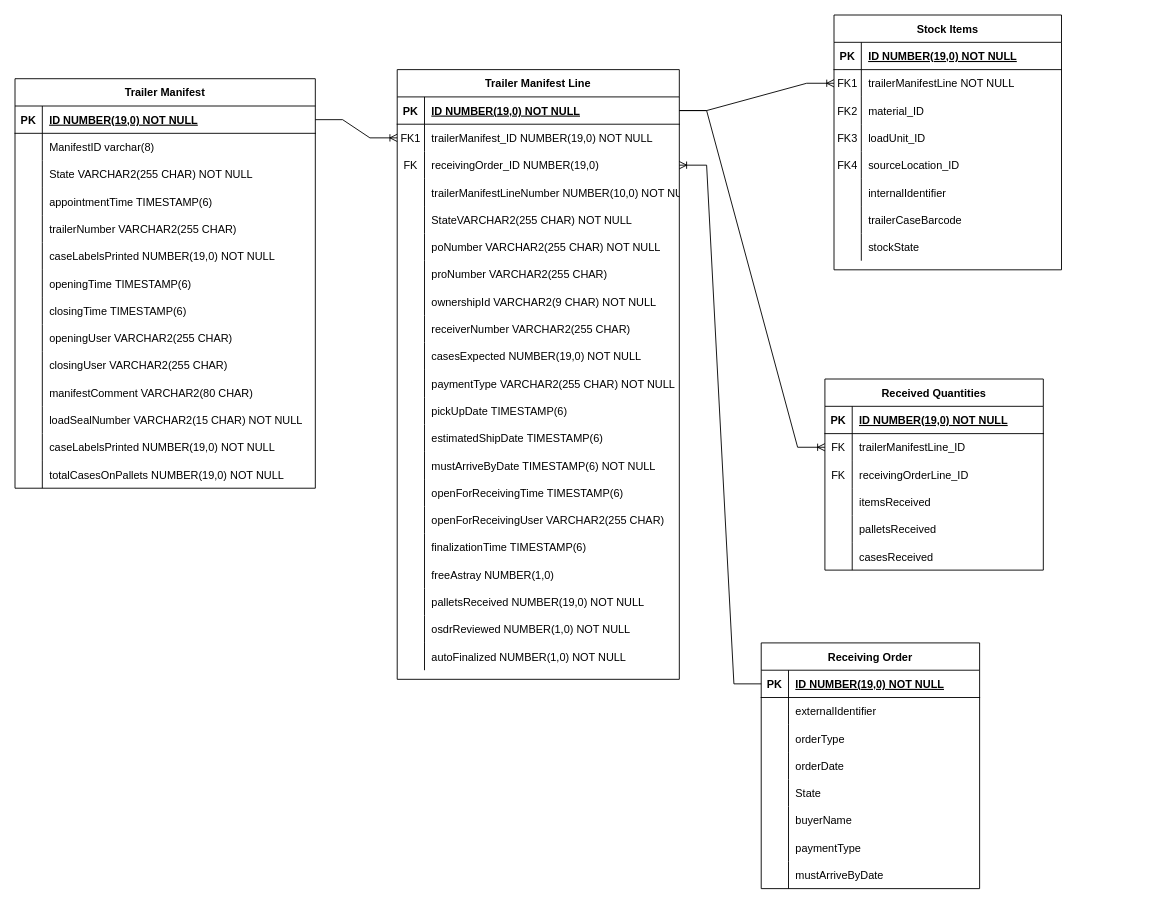
Above: receivers.drawio in itzelvigil/RepositorioPrueba (draw.io), before the change. Source tidied: cells renumbered, new cells numbered last; positions are measured from the earlier drawing's top-left corner, leaving out a move shared by most shapes. Both pictures are drawn from the tidied source at 91%, with x=0, y=0 at pixel (15, 15).
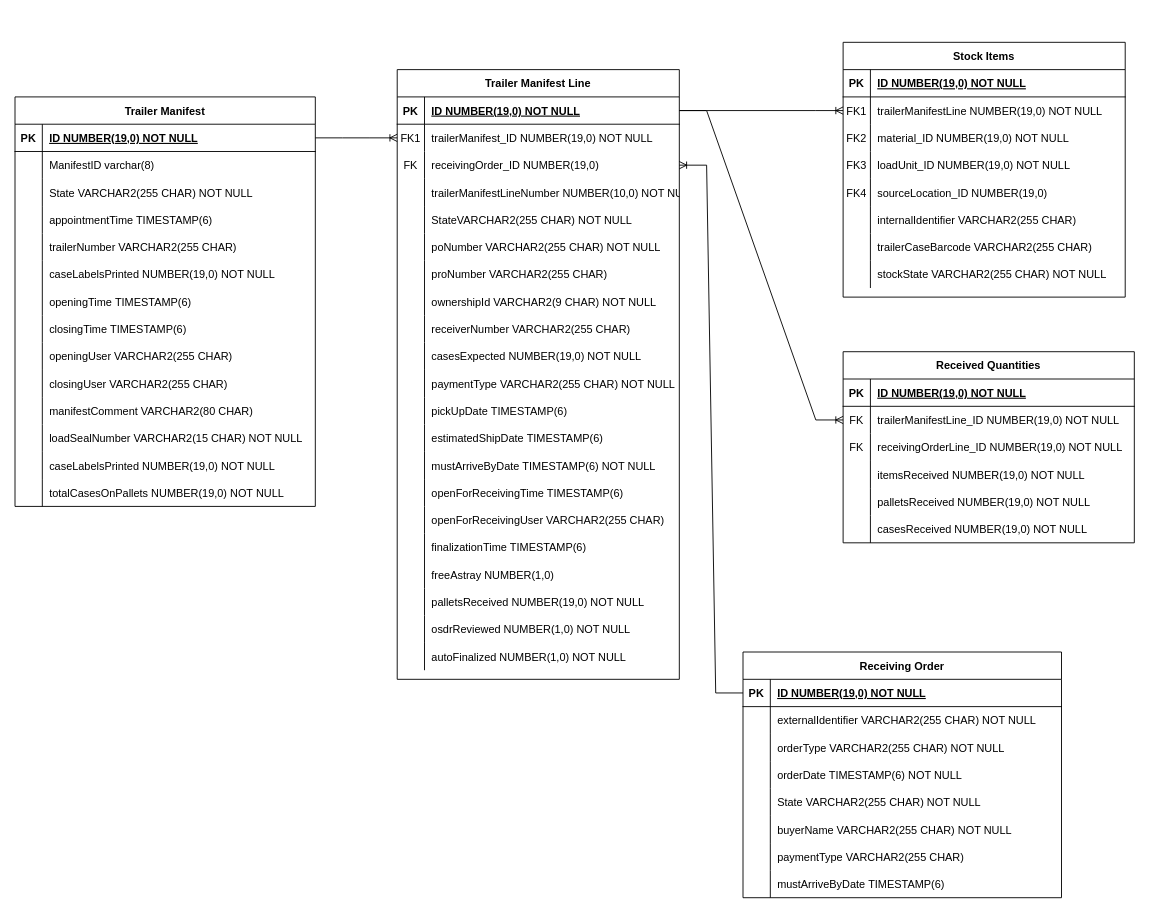
The same page after the edit.

The edit, as a diff of the source:
```diff
@@
     <mxCell id="66" value="Stock Items" style="shape=table;startSize=30;childLayout=tableLayout;rowLines=0;fontStyle=1;align=center;" parent="1" vertex="1">
-      <mxGeometry x="900" width="250" height="280" as="geometry" />
+      <mxGeometry x="910" y="30" width="310" height="280" as="geometry" />
     </mxCell>
     <mxCell id="67" style="shape=partialRectangle;fillColor=none;top=0;left=0;right=0;bottom=1;" parent="66" vertex="1">
-      <mxGeometry y="30" width="250" height="30" as="geometry" />
+      <mxGeometry y="30" width="310" height="30" as="geometry" />
     </mxCell>
@@
     <mxCell id="69" value="ID NUMBER(19,0) NOT NULL" style="shape=partialRectangle;overflow=hidden;fillColor=none;top=0;left=0;bottom=0;right=0;align=left;spacingLeft=6;fontStyle=5;" parent="67" vertex="1">
-      <mxGeometry x="30" width="220" height="30" as="geometry" />
+      <mxGeometry x="30" width="280" height="30" as="geometry" />
     </mxCell>
     <mxCell id="70" style="shape=partialRectangle;fillColor=none;points=[[0,0.5],[1,0.5]];portConstraint=eastwest;top=0;left=0;right=0;bottom=0;" parent="66" vertex="1">
-      <mxGeometry y="60" width="250" height="30" as="geometry" />
+      <mxGeometry y="60" width="310" height="30" as="geometry" />
     </mxCell>
@@
-    <mxCell id="72" value="trailerManifestLine NOT NULL" style="shape=partialRectangle;overflow=hidden;fillColor=none;top=0;left=0;bottom=0;right=0;align=left;spacingLeft=6;" parent="70" vertex="1">
-      <mxGeometry x="30" width="220" height="30" as="geometry" />
+    <mxCell id="72" value="trailerManifestLine NUMBER(19,0) NOT NULL" style="shape=partialRectangle;overflow=hidden;fillColor=none;top=0;left=0;bottom=0;right=0;align=left;spacingLeft=6;" parent="70" vertex="1">
+      <mxGeometry x="30" width="280" height="30" as="geometry" />
     </mxCell>
     <mxCell id="73" style="shape=tableRow;horizontal=0;startSize=0;swimlaneHead=0;swimlaneBody=0;fillColor=none;top=0;left=0;right=0;bottom=0;labelBackgroundColor=none;labelBorderColor=none;" parent="66" vertex="1">
-      <mxGeometry y="90" width="250" height="30" as="geometry" />
+      <mxGeometry y="90" width="310" height="30" as="geometry" />
     </mxCell>
@@
-    <mxCell id="75" value="material_ID" style="shape=partialRectangle;fillColor=none;top=0;left=0;bottom=0;right=0;align=left;spacingLeft=6;fontStyle=0;overflow=hidden;labelBackgroundColor=none;labelBorderColor=none;" parent="73" vertex="1">
-      <mxGeometry x="30" width="220" height="30" as="geometry" />
+    <mxCell id="75" value="material_ID NUMBER(19,0) NOT NULL" style="shape=partialRectangle;fillColor=none;top=0;left=0;bottom=0;right=0;align=left;spacingLeft=6;fontStyle=0;overflow=hidden;labelBackgroundColor=none;labelBorderColor=none;" parent="73" vertex="1">
+      <mxGeometry x="30" width="280" height="30" as="geometry" />
     </mxCell>
     <mxCell id="76" style="shape=tableRow;horizontal=0;startSize=0;swimlaneHead=0;swimlaneBody=0;fillColor=none;top=0;left=0;right=0;bottom=0;labelBackgroundColor=none;labelBorderColor=none;" parent="66" vertex="1">
-      <mxGeometry y="120" width="250" height="30" as="geometry" />
+      <mxGeometry y="120" width="310" height="30" as="geometry" />
     </mxCell>
@@
-    <mxCell id="78" value="loadUnit_ID" style="shape=partialRectangle;fillColor=none;top=0;left=0;bottom=0;right=0;align=left;spacingLeft=6;fontStyle=0;overflow=hidden;labelBackgroundColor=none;labelBorderColor=none;" parent="76" vertex="1">
-      <mxGeometry x="30" width="220" height="30" as="geometry" />
+    <mxCell id="78" value="loadUnit_ID NUMBER(19,0) NOT NULL" style="shape=partialRectangle;fillColor=none;top=0;left=0;bottom=0;right=0;align=left;spacingLeft=6;fontStyle=0;overflow=hidden;labelBackgroundColor=none;labelBorderColor=none;" parent="76" vertex="1">
+      <mxGeometry x="30" width="280" height="30" as="geometry" />
     </mxCell>
     <mxCell id="79" style="shape=tableRow;horizontal=0;startSize=0;swimlaneHead=0;swimlaneBody=0;fillColor=none;top=0;left=0;right=0;bottom=0;labelBackgroundColor=none;labelBorderColor=none;" parent="66" vertex="1">
-      <mxGeometry y="150" width="250" height="30" as="geometry" />
+      <mxGeometry y="150" width="310" height="30" as="geometry" />
     </mxCell>
@@
-    <mxCell id="81" value="sourceLocation_ID" style="shape=partialRectangle;fillColor=none;top=0;left=0;bottom=0;right=0;align=left;spacingLeft=6;fontStyle=0;overflow=hidden;labelBackgroundColor=none;labelBorderColor=none;" parent="79" vertex="1">
-      <mxGeometry x="30" width="220" height="30" as="geometry" />
+    <mxCell id="81" value="sourceLocation_ID NUMBER(19,0)" style="shape=partialRectangle;fillColor=none;top=0;left=0;bottom=0;right=0;align=left;spacingLeft=6;fontStyle=0;overflow=hidden;labelBackgroundColor=none;labelBorderColor=none;" parent="79" vertex="1">
+      <mxGeometry x="30" width="280" height="30" as="geometry" />
     </mxCell>
     <mxCell id="82" style="shape=tableRow;horizontal=0;startSize=0;swimlaneHead=0;swimlaneBody=0;fillColor=none;top=0;left=0;right=0;bottom=0;labelBackgroundColor=none;labelBorderColor=none;" parent="66" vertex="1">
-      <mxGeometry y="180" width="250" height="30" as="geometry" />
+      <mxGeometry y="180" width="310" height="30" as="geometry" />
     </mxCell>
@@
-    <mxCell id="84" value="internalIdentifier" style="shape=partialRectangle;fillColor=none;top=0;left=0;bottom=0;right=0;align=left;spacingLeft=6;overflow=hidden;labelBackgroundColor=none;labelBorderColor=none;" parent="82" vertex="1">
-      <mxGeometry x="30" width="220" height="30" as="geometry" />
+    <mxCell id="84" value="internalIdentifier VARCHAR2(255 CHAR)" style="shape=partialRectangle;fillColor=none;top=0;left=0;bottom=0;right=0;align=left;spacingLeft=6;overflow=hidden;labelBackgroundColor=none;labelBorderColor=none;" parent="82" vertex="1">
+      <mxGeometry x="30" width="280" height="30" as="geometry" />
     </mxCell>
     <mxCell id="85" style="shape=partialRectangle;fillColor=none;top=0;left=0;right=0;bottom=0;" parent="66" vertex="1">
-      <mxGeometry y="210" width="250" height="30" as="geometry" />
+      <mxGeometry y="210" width="310" height="30" as="geometry" />
     </mxCell>
@@
-    <mxCell id="87" value="trailerCaseBarcode" style="shape=partialRectangle;overflow=hidden;fillColor=none;top=0;left=0;bottom=0;right=0;align=left;spacingLeft=6;" parent="85" vertex="1">
-      <mxGeometry x="30" width="220" height="30" as="geometry" />
+    <mxCell id="87" value="trailerCaseBarcode VARCHAR2(255 CHAR)" style="shape=partialRectangle;overflow=hidden;fillColor=none;top=0;left=0;bottom=0;right=0;align=left;spacingLeft=6;" parent="85" vertex="1">
+      <mxGeometry x="30" width="280" height="30" as="geometry" />
     </mxCell>
     <mxCell id="88" style="shape=tableRow;horizontal=0;startSize=0;swimlaneHead=0;swimlaneBody=0;fillColor=none;top=0;left=0;right=0;bottom=0;labelBackgroundColor=none;labelBorderColor=none;" parent="66" vertex="1">
-      <mxGeometry y="240" width="250" height="30" as="geometry" />
+      <mxGeometry y="240" width="310" height="30" as="geometry" />
     </mxCell>
@@
-    <mxCell id="90" value="stockState" style="shape=partialRectangle;fillColor=none;top=0;left=0;bottom=0;right=0;align=left;spacingLeft=6;overflow=hidden;labelBackgroundColor=none;labelBorderColor=none;" parent="88" vertex="1">
-      <mxGeometry x="30" width="220" height="30" as="geometry" />
+    <mxCell id="90" value="stockState VARCHAR2(255 CHAR) NOT NULL" style="shape=partialRectangle;fillColor=none;top=0;left=0;bottom=0;right=0;align=left;spacingLeft=6;overflow=hidden;labelBackgroundColor=none;labelBorderColor=none;" parent="88" vertex="1">
+      <mxGeometry x="30" width="280" height="30" as="geometry" />
     </mxCell>
     <mxCell id="91" value="Trailer Manifest" style="shape=table;startSize=30;childLayout=tableLayout;rowLines=0;fontStyle=1;align=center;" parent="1" vertex="1">
-      <mxGeometry y="70" width="330" height="450" as="geometry" />
+      <mxGeometry y="90" width="330" height="450" as="geometry" />
     </mxCell>
@@
     <mxCell id="135" value="Received Quantities" style="shape=table;startSize=30;childLayout=tableLayout;rowLines=0;fontStyle=1;align=center;labelBackgroundColor=none;labelBorderColor=none;" parent="1" vertex="1">
-      <mxGeometry x="890" y="400" width="240" height="210" as="geometry" />
+      <mxGeometry x="910" y="370" width="320" height="210" as="geometry" />
     </mxCell>
     <mxCell id="136" style="shape=tableRow;horizontal=0;startSize=0;swimlaneHead=0;swimlaneBody=0;fillColor=none;top=0;left=0;right=0;bottom=1;labelBackgroundColor=none;labelBorderColor=none;" parent="135" vertex="1">
-      <mxGeometry y="30" width="240" height="30" as="geometry" />
+      <mxGeometry y="30" width="320" height="30" as="geometry" />
     </mxCell>
@@
     <mxCell id="138" value="ID NUMBER(19,0) NOT NULL" style="shape=partialRectangle;fillColor=none;top=0;left=0;bottom=0;right=0;align=left;spacingLeft=6;fontStyle=5;overflow=hidden;labelBackgroundColor=none;labelBorderColor=none;" parent="136" vertex="1">
-      <mxGeometry x="30" width="210" height="30" as="geometry" />
+      <mxGeometry x="30" width="290" height="30" as="geometry" />
     </mxCell>
     <mxCell id="139" style="shape=tableRow;horizontal=0;startSize=0;swimlaneHead=0;swimlaneBody=0;fillColor=none;points=[[0,0.5],[1,0.5]];portConstraint=eastwest;top=0;left=0;right=0;bottom=0;labelBackgroundColor=none;labelBorderColor=none;" parent="135" vertex="1">
-      <mxGeometry y="60" width="240" height="30" as="geometry" />
+      <mxGeometry y="60" width="320" height="30" as="geometry" />
     </mxCell>
@@
-    <mxCell id="141" value="trailerManifestLine_ID" style="shape=partialRectangle;fillColor=none;top=0;left=0;bottom=0;right=0;align=left;spacingLeft=6;fontStyle=0;overflow=hidden;labelBackgroundColor=none;labelBorderColor=none;" parent="139" vertex="1">
-      <mxGeometry x="30" width="210" height="30" as="geometry" />
+    <mxCell id="141" value="trailerManifestLine_ID NUMBER(19,0) NOT NULL" style="shape=partialRectangle;fillColor=none;top=0;left=0;bottom=0;right=0;align=left;spacingLeft=6;fontStyle=0;overflow=hidden;labelBackgroundColor=none;labelBorderColor=none;" parent="139" vertex="1">
+      <mxGeometry x="30" width="290" height="30" as="geometry" />
     </mxCell>
     <mxCell id="142" style="shape=tableRow;horizontal=0;startSize=0;swimlaneHead=0;swimlaneBody=0;fillColor=none;top=0;left=0;right=0;bottom=0;labelBackgroundColor=none;labelBorderColor=none;" parent="135" vertex="1">
-      <mxGeometry y="90" width="240" height="30" as="geometry" />
+      <mxGeometry y="90" width="320" height="30" as="geometry" />
     </mxCell>
@@
-    <mxCell id="144" value="receivingOrderLine_ID" style="shape=partialRectangle;fillColor=none;top=0;left=0;bottom=0;right=0;align=left;spacingLeft=6;fontStyle=0;overflow=hidden;labelBackgroundColor=none;labelBorderColor=none;" parent="142" vertex="1">
-      <mxGeometry x="30" width="210" height="30" as="geometry" />
+    <mxCell id="144" value="receivingOrderLine_ID NUMBER(19,0) NOT NULL" style="shape=partialRectangle;fillColor=none;top=0;left=0;bottom=0;right=0;align=left;spacingLeft=6;fontStyle=0;overflow=hidden;labelBackgroundColor=none;labelBorderColor=none;" parent="142" vertex="1">
+      <mxGeometry x="30" width="290" height="30" as="geometry" />
     </mxCell>
     <mxCell id="145" style="shape=tableRow;horizontal=0;startSize=0;swimlaneHead=0;swimlaneBody=0;fillColor=none;top=0;left=0;right=0;bottom=0;labelBackgroundColor=none;labelBorderColor=none;" parent="135" vertex="1">
-      <mxGeometry y="120" width="240" height="30" as="geometry" />
+      <mxGeometry y="120" width="320" height="30" as="geometry" />
     </mxCell>
@@
-    <mxCell id="147" value="itemsReceived" style="shape=partialRectangle;fillColor=none;top=0;left=0;bottom=0;right=0;align=left;spacingLeft=6;overflow=hidden;labelBackgroundColor=none;labelBorderColor=none;" parent="145" vertex="1">
-      <mxGeometry x="30" width="210" height="30" as="geometry" />
+    <mxCell id="147" value="itemsReceived NUMBER(19,0) NOT NULL" style="shape=partialRectangle;fillColor=none;top=0;left=0;bottom=0;right=0;align=left;spacingLeft=6;overflow=hidden;labelBackgroundColor=none;labelBorderColor=none;" parent="145" vertex="1">
+      <mxGeometry x="30" width="290" height="30" as="geometry" />
     </mxCell>
     <mxCell id="148" style="shape=tableRow;horizontal=0;startSize=0;swimlaneHead=0;swimlaneBody=0;fillColor=none;top=0;left=0;right=0;bottom=0;labelBackgroundColor=none;labelBorderColor=none;" parent="135" vertex="1">
-      <mxGeometry y="150" width="240" height="30" as="geometry" />
+      <mxGeometry y="150" width="320" height="30" as="geometry" />
     </mxCell>
@@
-    <mxCell id="150" value="palletsReceived" style="shape=partialRectangle;fillColor=none;top=0;left=0;bottom=0;right=0;align=left;spacingLeft=6;overflow=hidden;labelBackgroundColor=none;labelBorderColor=none;" parent="148" vertex="1">
-      <mxGeometry x="30" width="210" height="30" as="geometry" />
+    <mxCell id="150" value="palletsReceived NUMBER(19,0) NOT NULL" style="shape=partialRectangle;fillColor=none;top=0;left=0;bottom=0;right=0;align=left;spacingLeft=6;overflow=hidden;labelBackgroundColor=none;labelBorderColor=none;" parent="148" vertex="1">
+      <mxGeometry x="30" width="290" height="30" as="geometry" />
     </mxCell>
     <mxCell id="151" style="shape=tableRow;horizontal=0;startSize=0;swimlaneHead=0;swimlaneBody=0;fillColor=none;top=0;left=0;right=0;bottom=0;labelBackgroundColor=none;labelBorderColor=none;" parent="135" vertex="1">
-      <mxGeometry y="180" width="240" height="30" as="geometry" />
+      <mxGeometry y="180" width="320" height="30" as="geometry" />
     </mxCell>
@@
-    <mxCell id="153" value="casesReceived" style="shape=partialRectangle;fillColor=none;top=0;left=0;bottom=0;right=0;align=left;spacingLeft=6;overflow=hidden;labelBackgroundColor=none;labelBorderColor=none;" parent="151" vertex="1">
-      <mxGeometry x="30" width="210" height="30" as="geometry" />
+    <mxCell id="153" value="casesReceived NUMBER(19,0) NOT NULL" style="shape=partialRectangle;fillColor=none;top=0;left=0;bottom=0;right=0;align=left;spacingLeft=6;overflow=hidden;labelBackgroundColor=none;labelBorderColor=none;" parent="151" vertex="1">
+      <mxGeometry x="30" width="290" height="30" as="geometry" />
     </mxCell>
@@
     <mxCell id="156" value="Receiving Order" style="shape=table;startSize=30;childLayout=tableLayout;rowLines=0;fontStyle=1;align=center;labelBackgroundColor=none;labelBorderColor=none;" parent="1" vertex="1">
-      <mxGeometry x="820" y="690" width="240" height="270" as="geometry" />
+      <mxGeometry x="800" y="700" width="350" height="270" as="geometry" />
     </mxCell>
     <mxCell id="157" style="shape=tableRow;horizontal=0;startSize=0;swimlaneHead=0;swimlaneBody=0;fillColor=none;points=[[0,0.5],[1,0.5]];portConstraint=eastwest;top=0;left=0;right=0;bottom=1;labelBackgroundColor=none;labelBorderColor=none;" parent="156" vertex="1">
-      <mxGeometry y="30" width="240" height="30" as="geometry" />
+      <mxGeometry y="30" width="350" height="30" as="geometry" />
     </mxCell>
@@
     <mxCell id="159" value="ID NUMBER(19,0) NOT NULL" style="shape=partialRectangle;fillColor=none;top=0;left=0;bottom=0;right=0;align=left;spacingLeft=6;fontStyle=5;overflow=hidden;labelBackgroundColor=none;labelBorderColor=none;" parent="157" vertex="1">
-      <mxGeometry x="30" width="210" height="30" as="geometry" />
+      <mxGeometry x="30" width="320" height="30" as="geometry" />
     </mxCell>
     <mxCell id="160" style="shape=tableRow;horizontal=0;startSize=0;swimlaneHead=0;swimlaneBody=0;fillColor=none;top=0;left=0;right=0;bottom=0;labelBackgroundColor=none;labelBorderColor=none;" parent="156" vertex="1">
-      <mxGeometry y="60" width="240" height="30" as="geometry" />
+      <mxGeometry y="60" width="350" height="30" as="geometry" />
     </mxCell>
@@
-    <mxCell id="162" value="externalIdentifier" style="shape=partialRectangle;fillColor=none;top=0;left=0;bottom=0;right=0;align=left;spacingLeft=6;overflow=hidden;labelBackgroundColor=none;labelBorderColor=none;" parent="160" vertex="1">
-      <mxGeometry x="30" width="210" height="30" as="geometry" />
+    <mxCell id="162" value="externalIdentifier VARCHAR2(255 CHAR) NOT NULL" style="shape=partialRectangle;fillColor=none;top=0;left=0;bottom=0;right=0;align=left;spacingLeft=6;overflow=hidden;labelBackgroundColor=none;labelBorderColor=none;" parent="160" vertex="1">
+      <mxGeometry x="30" width="320" height="30" as="geometry" />
     </mxCell>
     <mxCell id="163" style="shape=tableRow;horizontal=0;startSize=0;swimlaneHead=0;swimlaneBody=0;fillColor=none;top=0;left=0;right=0;bottom=0;labelBackgroundColor=none;labelBorderColor=none;" parent="156" vertex="1">
-      <mxGeometry y="90" width="240" height="30" as="geometry" />
+      <mxGeometry y="90" width="350" height="30" as="geometry" />
     </mxCell>
@@
-    <mxCell id="165" value="orderType" style="shape=partialRectangle;fillColor=none;top=0;left=0;bottom=0;right=0;align=left;spacingLeft=6;overflow=hidden;labelBackgroundColor=none;labelBorderColor=none;" parent="163" vertex="1">
-      <mxGeometry x="30" width="210" height="30" as="geometry" />
+    <mxCell id="165" value="orderType VARCHAR2(255 CHAR) NOT NULL" style="shape=partialRectangle;fillColor=none;top=0;left=0;bottom=0;right=0;align=left;spacingLeft=6;overflow=hidden;labelBackgroundColor=none;labelBorderColor=none;" parent="163" vertex="1">
+      <mxGeometry x="30" width="320" height="30" as="geometry" />
     </mxCell>
     <mxCell id="166" style="shape=tableRow;horizontal=0;startSize=0;swimlaneHead=0;swimlaneBody=0;fillColor=none;top=0;left=0;right=0;bottom=0;labelBackgroundColor=none;labelBorderColor=none;" parent="156" vertex="1">
-      <mxGeometry y="120" width="240" height="30" as="geometry" />
+      <mxGeometry y="120" width="350" height="30" as="geometry" />
     </mxCell>
@@
-    <mxCell id="168" value="orderDate" style="shape=partialRectangle;fillColor=none;top=0;left=0;bottom=0;right=0;align=left;spacingLeft=6;overflow=hidden;labelBackgroundColor=none;labelBorderColor=none;" parent="166" vertex="1">
-      <mxGeometry x="30" width="210" height="30" as="geometry" />
+    <mxCell id="168" value="orderDate TIMESTAMP(6) NOT NULL" style="shape=partialRectangle;fillColor=none;top=0;left=0;bottom=0;right=0;align=left;spacingLeft=6;overflow=hidden;labelBackgroundColor=none;labelBorderColor=none;" parent="166" vertex="1">
+      <mxGeometry x="30" width="320" height="30" as="geometry" />
     </mxCell>
     <mxCell id="169" style="shape=tableRow;horizontal=0;startSize=0;swimlaneHead=0;swimlaneBody=0;fillColor=none;top=0;left=0;right=0;bottom=0;labelBackgroundColor=none;labelBorderColor=none;" parent="156" vertex="1">
-      <mxGeometry y="150" width="240" height="30" as="geometry" />
+      <mxGeometry y="150" width="350" height="30" as="geometry" />
     </mxCell>
@@
-    <mxCell id="171" value="State" style="shape=partialRectangle;fillColor=none;top=0;left=0;bottom=0;right=0;align=left;spacingLeft=6;overflow=hidden;labelBackgroundColor=none;labelBorderColor=none;" parent="169" vertex="1">
-      <mxGeometry x="30" width="210" height="30" as="geometry" />
+    <mxCell id="171" value="State VARCHAR2(255 CHAR) NOT NULL" style="shape=partialRectangle;fillColor=none;top=0;left=0;bottom=0;right=0;align=left;spacingLeft=6;overflow=hidden;labelBackgroundColor=none;labelBorderColor=none;" parent="169" vertex="1">
+      <mxGeometry x="30" width="320" height="30" as="geometry" />
     </mxCell>
     <mxCell id="172" style="shape=tableRow;horizontal=0;startSize=0;swimlaneHead=0;swimlaneBody=0;fillColor=none;top=0;left=0;right=0;bottom=0;labelBackgroundColor=none;labelBorderColor=none;" parent="156" vertex="1">
-      <mxGeometry y="180" width="240" height="30" as="geometry" />
+      <mxGeometry y="180" width="350" height="30" as="geometry" />
     </mxCell>
@@
-    <mxCell id="174" value="buyerName" style="shape=partialRectangle;fillColor=none;top=0;left=0;bottom=0;right=0;align=left;spacingLeft=6;overflow=hidden;labelBackgroundColor=none;labelBorderColor=none;" parent="172" vertex="1">
-      <mxGeometry x="30" width="210" height="30" as="geometry" />
+    <mxCell id="174" value="buyerName VARCHAR2(255 CHAR) NOT NULL" style="shape=partialRectangle;fillColor=none;top=0;left=0;bottom=0;right=0;align=left;spacingLeft=6;overflow=hidden;labelBackgroundColor=none;labelBorderColor=none;" parent="172" vertex="1">
+      <mxGeometry x="30" width="320" height="30" as="geometry" />
     </mxCell>
     <mxCell id="175" style="shape=tableRow;horizontal=0;startSize=0;swimlaneHead=0;swimlaneBody=0;fillColor=none;top=0;left=0;right=0;bottom=0;labelBackgroundColor=none;labelBorderColor=none;" parent="156" vertex="1">
-      <mxGeometry y="210" width="240" height="30" as="geometry" />
+      <mxGeometry y="210" width="350" height="30" as="geometry" />
     </mxCell>
@@
-    <mxCell id="177" value="paymentType" style="shape=partialRectangle;fillColor=none;top=0;left=0;bottom=0;right=0;align=left;spacingLeft=6;overflow=hidden;labelBackgroundColor=none;labelBorderColor=none;" parent="175" vertex="1">
-      <mxGeometry x="30" width="210" height="30" as="geometry" />
+    <mxCell id="177" value="paymentType VARCHAR2(255 CHAR)" style="shape=partialRectangle;fillColor=none;top=0;left=0;bottom=0;right=0;align=left;spacingLeft=6;overflow=hidden;labelBackgroundColor=none;labelBorderColor=none;" parent="175" vertex="1">
+      <mxGeometry x="30" width="320" height="30" as="geometry" />
     </mxCell>
     <mxCell id="178" style="shape=tableRow;horizontal=0;startSize=0;swimlaneHead=0;swimlaneBody=0;fillColor=none;top=0;left=0;right=0;bottom=0;labelBackgroundColor=none;labelBorderColor=none;" parent="156" vertex="1">
-      <mxGeometry y="240" width="240" height="30" as="geometry" />
+      <mxGeometry y="240" width="350" height="30" as="geometry" />
     </mxCell>
@@
-    <mxCell id="180" value="mustArriveByDate" style="shape=partialRectangle;fillColor=none;top=0;left=0;bottom=0;right=0;align=left;spacingLeft=6;overflow=hidden;labelBackgroundColor=none;labelBorderColor=none;" parent="178" vertex="1">
-      <mxGeometry x="30" width="210" height="30" as="geometry" />
+    <mxCell id="180" value="mustArriveByDate TIMESTAMP(6)" style="shape=partialRectangle;fillColor=none;top=0;left=0;bottom=0;right=0;align=left;spacingLeft=6;overflow=hidden;labelBackgroundColor=none;labelBorderColor=none;" parent="178" vertex="1">
+      <mxGeometry x="30" width="320" height="30" as="geometry" />
     </mxCell>
```
